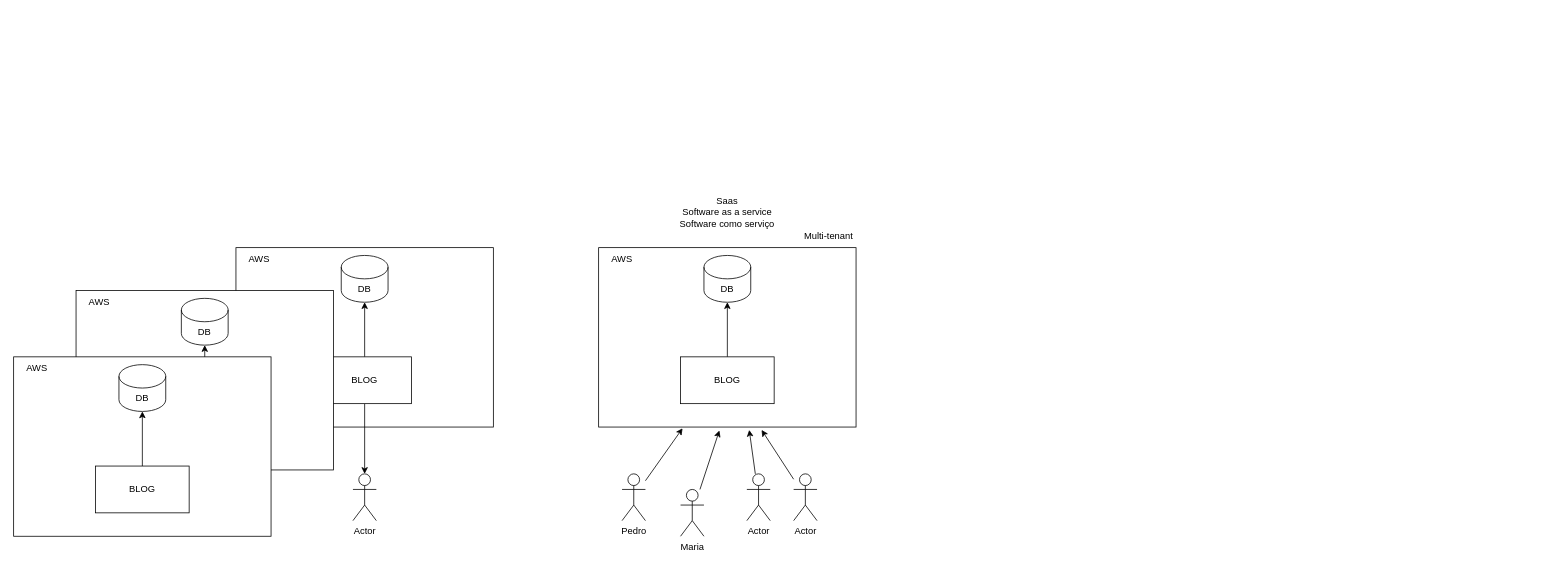
diogooliveiracodes/curso_web_dev keeps this draw.io diagram as capitulo_06/modelo.drawio. Above is the earlier version. Source tidied: cells renumbered, new cells numbered last; positions are measured from the earlier drawing's top-left corner, leaving out a move shared by most shapes. Both pictures are drawn from the tidied source at 78%, with x=0, y=0 at pixel (13, 200).
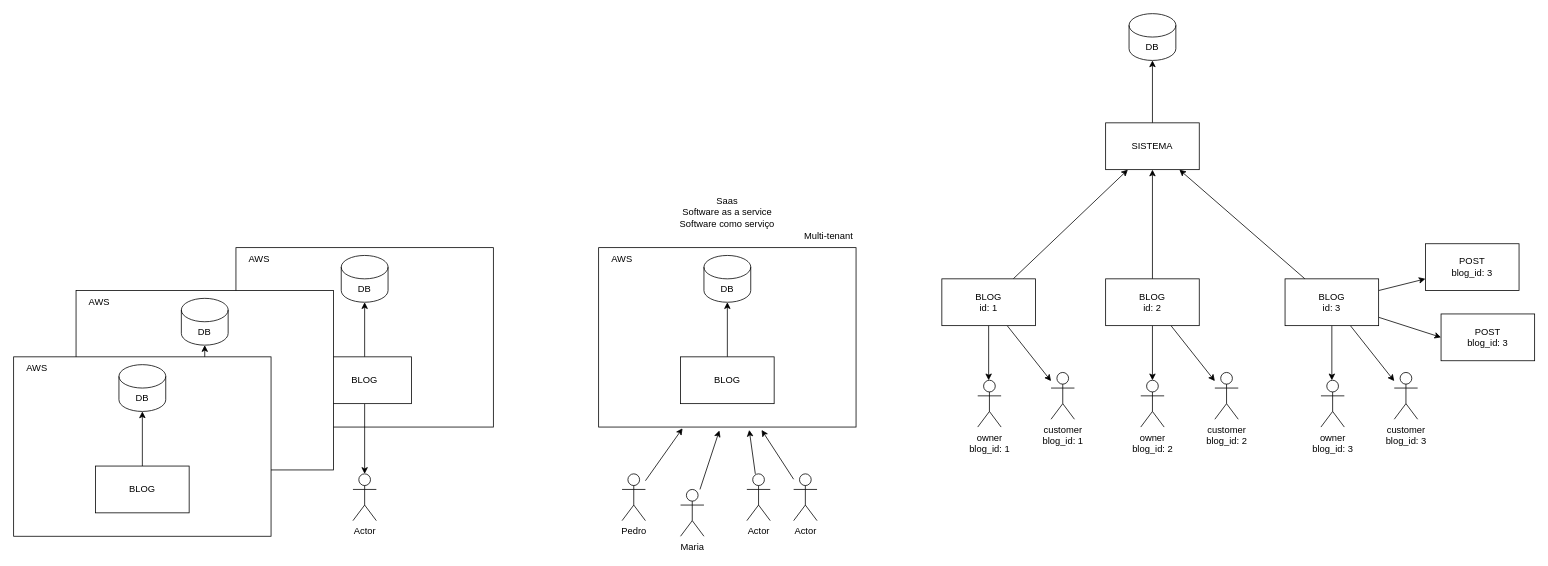
After the change.

Commit message (it also covers changes not shown here):
multi-tenant blog

Change to the diagram source:
```diff
@@
+    <mxCell id="34" style="edgeStyle=none;html=1;" parent="1" edge="1" source="37">
+      <mxGeometry relative="1" as="geometry">
+        <mxPoint x="1460" y="230" as="targetPoint" />
+      </mxGeometry>
+    </mxCell>
+    <mxCell id="35" style="edgeStyle=none;html=1;" parent="1" edge="1" source="37" target="39">
+      <mxGeometry relative="1" as="geometry" />
+    </mxCell>
+    <mxCell id="36" style="edgeStyle=none;html=1;" parent="1" edge="1" source="37" target="55">
+      <mxGeometry relative="1" as="geometry" />
+    </mxCell>
+    <mxCell id="37" value="BLOG&lt;br&gt;id: 2" style="rounded=0;whiteSpace=wrap;html=1;" parent="1" vertex="1">
+      <mxGeometry x="1400" y="100" width="120" height="60" as="geometry" />
+    </mxCell>
+    <mxCell id="38" value="owner&lt;br&gt;blog_id: 2" style="shape=umlActor;verticalLabelPosition=bottom;verticalAlign=top;html=1;" parent="1" vertex="1">
+      <mxGeometry x="1445" y="230" width="30" height="60" as="geometry" />
+    </mxCell>
+    <mxCell id="39" value="customer&lt;br&gt;blog_id: 2&lt;br&gt;" style="shape=umlActor;verticalLabelPosition=bottom;verticalAlign=top;html=1;outlineConnect=0;" parent="1" vertex="1">
+      <mxGeometry x="1540" y="220" width="30" height="60" as="geometry" />
+    </mxCell>
+    <mxCell id="40" style="edgeStyle=none;html=1;" parent="1" edge="1" source="45">
+      <mxGeometry relative="1" as="geometry">
+        <mxPoint x="1690" y="230" as="targetPoint" />
+      </mxGeometry>
+    </mxCell>
+    <mxCell id="41" style="edgeStyle=none;html=1;" parent="1" edge="1" source="45" target="47">
+      <mxGeometry relative="1" as="geometry" />
+    </mxCell>
+    <mxCell id="42" style="edgeStyle=none;html=1;" parent="1" edge="1" source="45" target="55">
+      <mxGeometry relative="1" as="geometry" />
+    </mxCell>
+    <mxCell id="43" style="edgeStyle=none;html=1;" parent="1" edge="1" source="45" target="57">
+      <mxGeometry relative="1" as="geometry" />
+    </mxCell>
+    <mxCell id="44" style="edgeStyle=none;html=1;entryX=0;entryY=0.5;entryDx=0;entryDy=0;" parent="1" edge="1" source="45" target="58">
+      <mxGeometry relative="1" as="geometry" />
+    </mxCell>
+    <mxCell id="45" value="BLOG&lt;br&gt;id: 3" style="rounded=0;whiteSpace=wrap;html=1;" parent="1" vertex="1">
+      <mxGeometry x="1630" y="100" width="120" height="60" as="geometry" />
+    </mxCell>
+    <mxCell id="46" value="owner&lt;br&gt;blog_id: 3&lt;br&gt;" style="shape=umlActor;verticalLabelPosition=bottom;verticalAlign=top;html=1;" parent="1" vertex="1">
+      <mxGeometry x="1676" y="230" width="30" height="60" as="geometry" />
+    </mxCell>
+    <mxCell id="47" value="customer&lt;br&gt;blog_id: 3&lt;br&gt;" style="shape=umlActor;verticalLabelPosition=bottom;verticalAlign=top;html=1;outlineConnect=0;" parent="1" vertex="1">
+      <mxGeometry x="1770" y="220" width="30" height="60" as="geometry" />
+    </mxCell>
+    <mxCell id="48" style="edgeStyle=none;html=1;" parent="1" edge="1" source="51">
+      <mxGeometry relative="1" as="geometry">
+        <mxPoint x="1250" y="230" as="targetPoint" />
+      </mxGeometry>
+    </mxCell>
+    <mxCell id="49" style="edgeStyle=none;html=1;" parent="1" edge="1" source="51" target="53">
+      <mxGeometry relative="1" as="geometry" />
+    </mxCell>
+    <mxCell id="50" style="edgeStyle=none;html=1;" parent="1" edge="1" source="51" target="55">
+      <mxGeometry relative="1" as="geometry" />
+    </mxCell>
+    <mxCell id="51" value="BLOG&lt;br&gt;id: 1" style="rounded=0;whiteSpace=wrap;html=1;" parent="1" vertex="1">
+      <mxGeometry x="1190" y="100" width="120" height="60" as="geometry" />
+    </mxCell>
+    <mxCell id="52" value="owner&lt;br&gt;blog_id: 1" style="shape=umlActor;verticalLabelPosition=bottom;verticalAlign=top;html=1;" parent="1" vertex="1">
+      <mxGeometry x="1236" y="230" width="30" height="60" as="geometry" />
+    </mxCell>
+    <mxCell id="53" value="customer&lt;br&gt;blog_id: 1" style="shape=umlActor;verticalLabelPosition=bottom;verticalAlign=top;html=1;outlineConnect=0;" parent="1" vertex="1">
+      <mxGeometry x="1330" y="220" width="30" height="60" as="geometry" />
+    </mxCell>
+    <mxCell id="54" style="edgeStyle=none;html=1;entryX=0.5;entryY=1;entryDx=0;entryDy=0;entryPerimeter=0;" parent="1" edge="1" source="55" target="56">
+      <mxGeometry relative="1" as="geometry" />
+    </mxCell>
+    <mxCell id="55" value="SISTEMA" style="whiteSpace=wrap;html=1;rounded=0;" parent="1" vertex="1">
+      <mxGeometry x="1400" y="-100" width="120" height="60" as="geometry" />
+    </mxCell>
+    <mxCell id="56" value="DB" style="shape=cylinder3;whiteSpace=wrap;html=1;boundedLbl=1;backgroundOutline=1;size=15;" parent="1" vertex="1">
+      <mxGeometry x="1430" y="-240" width="60" height="60" as="geometry" />
+    </mxCell>
+    <mxCell id="57" value="POST&lt;br&gt;blog_id: 3" style="rounded=0;whiteSpace=wrap;html=1;" parent="1" vertex="1">
+      <mxGeometry x="1810" y="55" width="120" height="60" as="geometry" />
+    </mxCell>
+    <mxCell id="58" value="POST&lt;br&gt;blog_id: 3" style="rounded=0;whiteSpace=wrap;html=1;" parent="1" vertex="1">
+      <mxGeometry x="1830" y="145" width="120" height="60" as="geometry" />
+    </mxCell>
```
